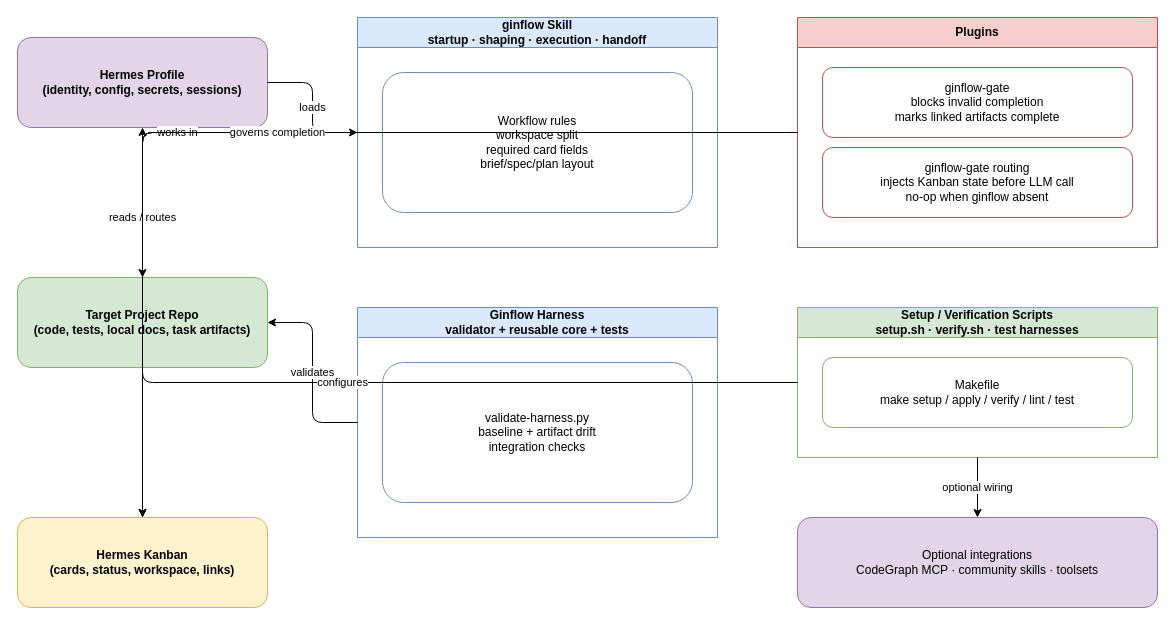
ginn1111/gin-harness keeps this draw.io diagram as page "Gin Harness System" (1 of 3) of docs/architecture/codebase-system.drawio. Above is the earlier version. Source tidied: cells renumbered, new cells numbered last; positions are measured from the earlier drawing's top-left corner, leaving out a move shared by most shapes. Both pictures are drawn from the tidied source at 100%, with x=0, y=0 at pixel (17, 17).
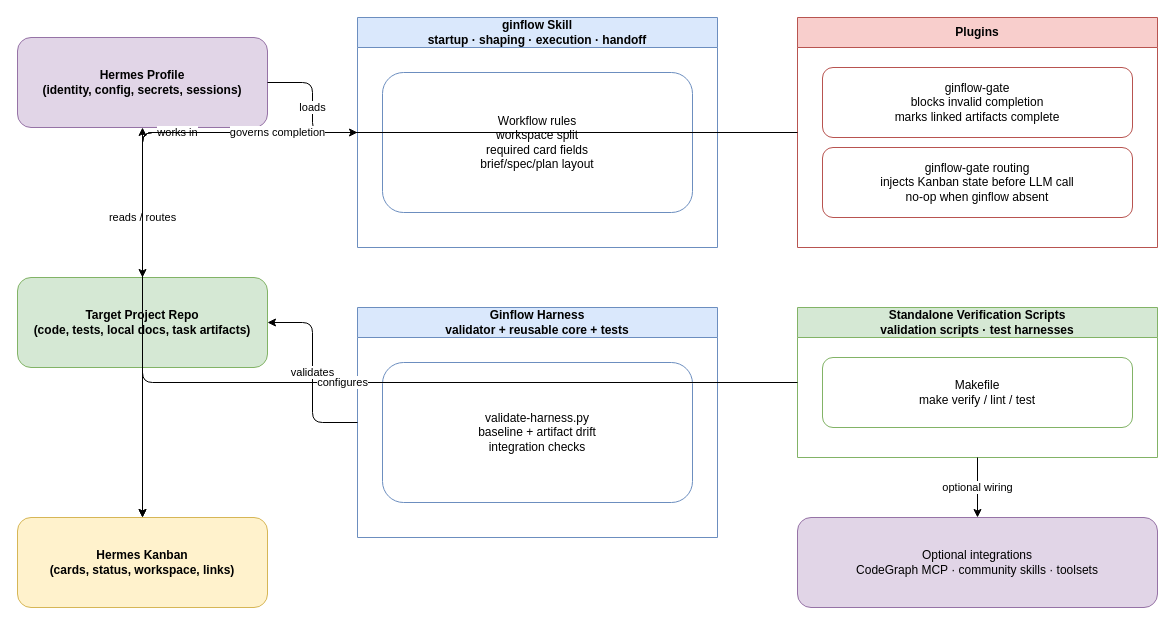
The same diagram, later.

Diff of the diagram source:
```diff
@@
-    <mxCell id="12" value="Setup / Verification Scripts&#10;setup.sh · verify.sh · test harnesses" style="swimlane;startSize=30;whiteSpace=wrap;html=1;fillColor=#d5e8d4;strokeColor=#82b366;fontStyle=1;" parent="1" vertex="1">
+    <mxCell id="12" value="Standalone Verification Scripts&#10;validation scripts · test harnesses" style="swimlane;startSize=30;whiteSpace=wrap;html=1;fillColor=#d5e8d4;strokeColor=#82b366;fontStyle=1;" parent="1" vertex="1">
       <mxGeometry x="780" y="290" width="360" height="150" as="geometry" />
     </mxCell>
-    <mxCell id="13" value="Makefile&#10;make setup / apply / verify / lint / test" style="rounded=1;whiteSpace=wrap;html=1;fillColor=#ffffff;strokeColor=#82b366;" parent="12" vertex="1">
+    <mxCell id="13" value="Makefile&#10;make verify / lint / test" style="rounded=1;whiteSpace=wrap;html=1;fillColor=#ffffff;strokeColor=#82b366;" parent="12" vertex="1">
       <mxGeometry x="25" y="50" width="310" height="70" as="geometry" />
     </mxCell>
```
